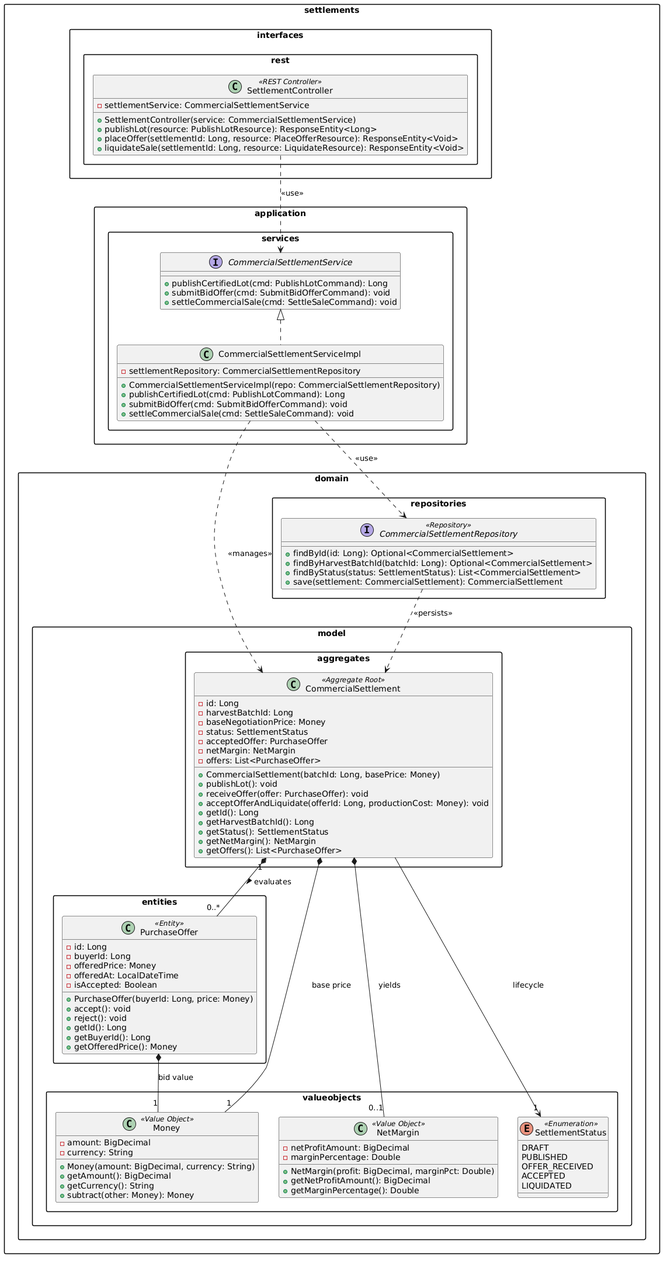
This is assets/img/class-diagrams/settlement-class-diagram.png from dymbia-aplicaciones-web/sumaqAgro-report, a PlantUML export, as it was before one commit. Its diagram source:
```plantuml
@startuml
skinparam classAttributeIconSize false
skinparam packageStyle rectangle
skinparam shadowing false
skinparam roundcorner 5

package "settlements.domain.model.aggregates" {
    class CommercialSettlement <<Aggregate Root>> {
        - id: Long
        - harvestBatchId: Long
        - baseNegotiationPrice: Money
        - status: SettlementStatus
        - acceptedOffer: PurchaseOffer
        - netMargin: NetMargin
        - offers: List<PurchaseOffer>
        + CommercialSettlement(batchId: Long, basePrice: Money)
        + publishLot(): void
        + receiveOffer(offer: PurchaseOffer): void
        + acceptOfferAndLiquidate(offerId: Long, productionCost: Money): void
        + getId(): Long
        + getHarvestBatchId(): Long
        + getStatus(): SettlementStatus
        + getNetMargin(): NetMargin
        + getOffers(): List<PurchaseOffer>
    }
}

package "settlements.domain.model.entities" {
    class PurchaseOffer <<Entity>> {
        - id: Long
        - buyerId: Long
        - offeredPrice: Money
        - offeredAt: LocalDateTime
        - isAccepted: Boolean
        + PurchaseOffer(buyerId: Long, price: Money)
        + accept(): void
        + reject(): void
        + getId(): Long
        + getBuyerId(): Long
        + getOfferedPrice(): Money
    }
}

package "settlements.domain.model.valueobjects" {
    class Money <<Value Object>> {
        - amount: BigDecimal
        - currency: String
        + Money(amount: BigDecimal, currency: String)
        + getAmount(): BigDecimal
        + getCurrency(): String
        + subtract(other: Money): Money
    }

    class NetMargin <<Value Object>> {
        - netProfitAmount: BigDecimal
        - marginPercentage: Double
        + NetMargin(profit: BigDecimal, marginPct: Double)
        + getNetProfitAmount(): BigDecimal
        + getMarginPercentage(): Double
    }

    enum SettlementStatus <<Enumeration>> {
        DRAFT
        PUBLISHED
        OFFER_RECEIVED
        ACCEPTED
        LIQUIDATED
    }
}

package "settlements.domain.repositories" {
    interface CommercialSettlementRepository <<Repository>> {
        + findById(id: Long): Optional<CommercialSettlement>
        + findByHarvestBatchId(batchId: Long): Optional<CommercialSettlement>
        + findByStatus(status: SettlementStatus): List<CommercialSettlement>
        + save(settlement: CommercialSettlement): CommercialSettlement
    }
}

package "settlements.application.services" {
    interface CommercialSettlementService {
        + publishCertifiedLot(cmd: PublishLotCommand): Long
        + submitBidOffer(cmd: SubmitBidOfferCommand): void
        + settleCommercialSale(cmd: SettleSaleCommand): void
    }

    class CommercialSettlementServiceImpl implements CommercialSettlementService {
        - settlementRepository: CommercialSettlementRepository
        + CommercialSettlementServiceImpl(repo: CommercialSettlementRepository)
        + publishCertifiedLot(cmd: PublishLotCommand): Long
        + submitBidOffer(cmd: SubmitBidOfferCommand): void
        + settleCommercialSale(cmd: SettleSaleCommand): void
    }
}

package "settlements.interfaces.rest" {
    class SettlementController <<REST Controller>> {
        - settlementService: CommercialSettlementService
        + SettlementController(service: CommercialSettlementService)
        + publishLot(resource: PublishLotResource): ResponseEntity<Long>
        + placeOffer(settlementId: Long, resource: PlaceOfferResource): ResponseEntity<Void>
        + liquidateSale(settlementId: Long, resource: LiquidateResource): ResponseEntity<Void>
    }
}

CommercialSettlement "1" *-- "0..*" PurchaseOffer : "evaluates >"
CommercialSettlement --> "1" SettlementStatus : "lifecycle"
CommercialSettlement *-- "1" Money : "base price"
CommercialSettlement *-- "0..1" NetMargin : "yields"
PurchaseOffer *-- "1" Money : "bid value"

SettlementController ..> CommercialSettlementService : "<<use>>"
CommercialSettlementServiceImpl ..> CommercialSettlementRepository : "<<use>>"
CommercialSettlementServiceImpl ..> CommercialSettlement : "<<manages>>"
CommercialSettlementRepository ..> CommercialSettlement : "<<persists>>"
@enduml
```
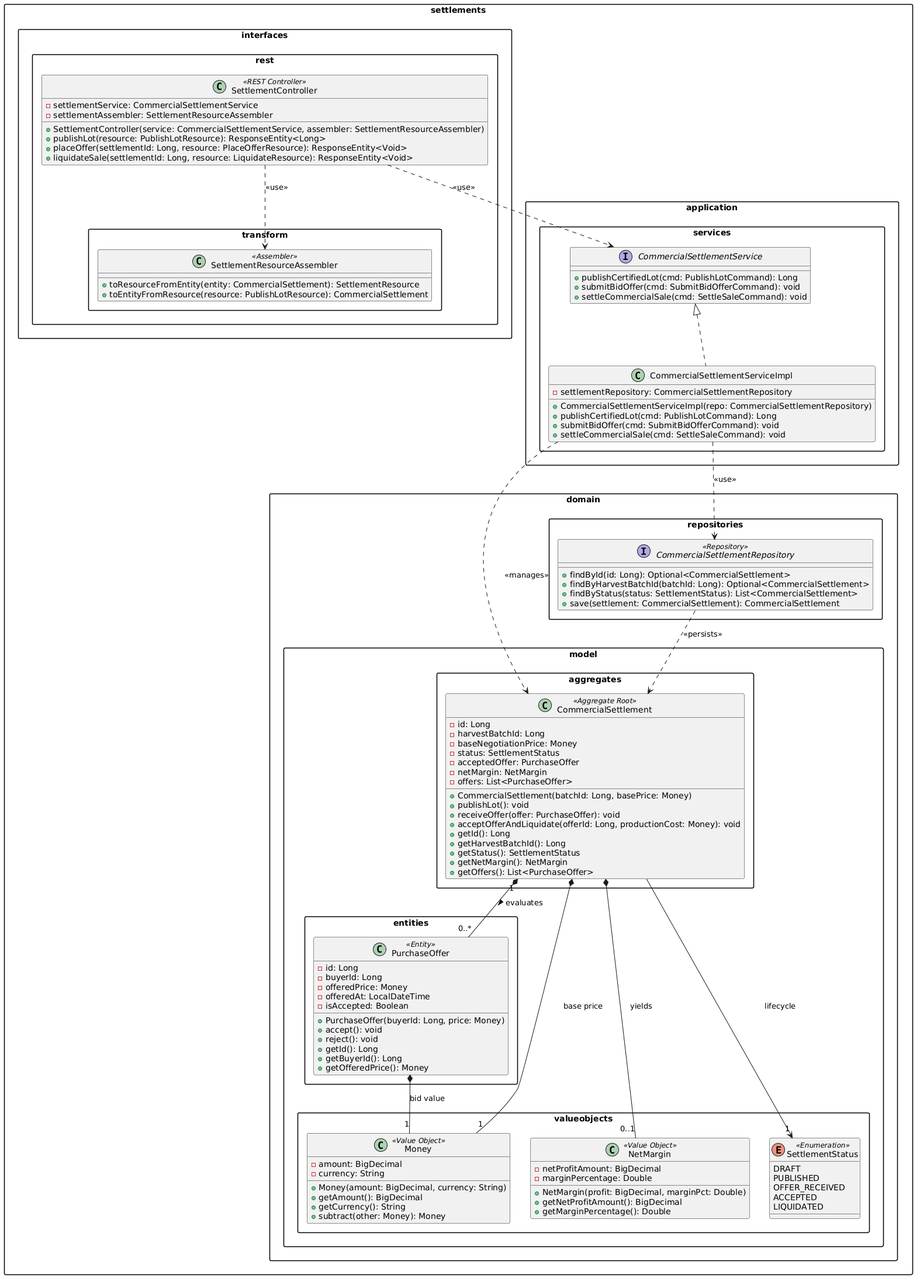
The same diagram one commit later.

Commit message:
docs(cap4): update class diagrams and refine narrative with assembler components

Diff of the diagram source:
```diff
@@ -93,10 +93,18 @@
     }
 }
 
+package "settlements.interfaces.rest.transform" {
+    class SettlementResourceAssembler <<Assembler>> {
+        + toResourceFromEntity(entity: CommercialSettlement): SettlementResource
+        + toEntityFromResource(resource: PublishLotResource): CommercialSettlement
+    }
+}
+
 package "settlements.interfaces.rest" {
     class SettlementController <<REST Controller>> {
         - settlementService: CommercialSettlementService
-        + SettlementController(service: CommercialSettlementService)
+        - settlementAssembler: SettlementResourceAssembler
+        + SettlementController(service: CommercialSettlementService, assembler: SettlementResourceAssembler)
         + publishLot(resource: PublishLotResource): ResponseEntity<Long>
         + placeOffer(settlementId: Long, resource: PlaceOfferResource): ResponseEntity<Void>
         + liquidateSale(settlementId: Long, resource: LiquidateResource): ResponseEntity<Void>
@@ -110,6 +118,7 @@
 PurchaseOffer *-- "1" Money : "bid value"
 
 SettlementController ..> CommercialSettlementService : "<<use>>"
+SettlementController ..> SettlementResourceAssembler : "<<use>>"
 CommercialSettlementServiceImpl ..> CommercialSettlementRepository : "<<use>>"
 CommercialSettlementServiceImpl ..> CommercialSettlement : "<<manages>>"
 CommercialSettlementRepository ..> CommercialSettlement : "<<persists>>"
```
